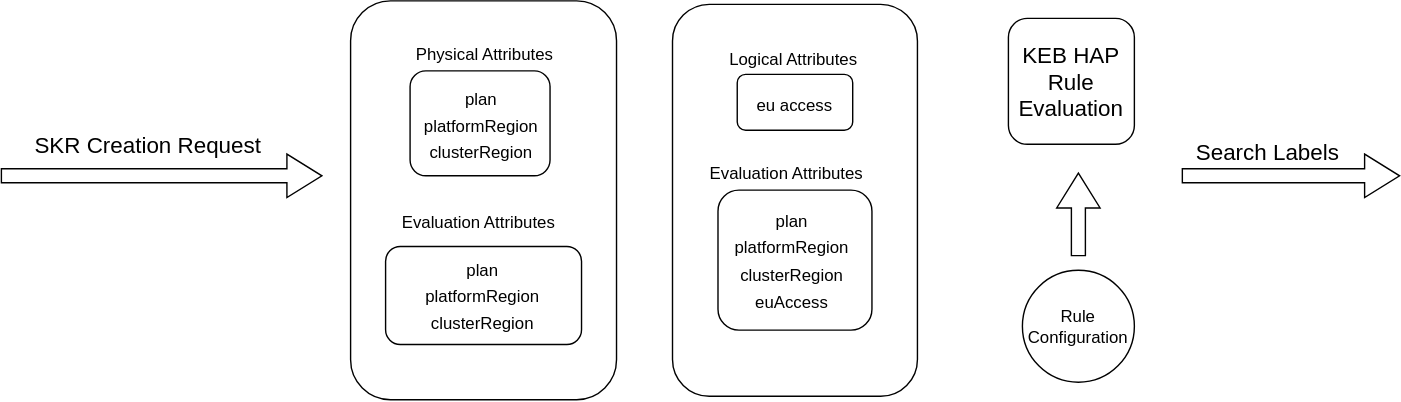
This is docs/assets/hap-rules-general.drawio.svg from kyma-project/kyma-environment-broker, a draw.io export, as it was before one commit. Source tidied: cells renumbered, new cells last; positions are measured from the earlier drawing's top-left corner, leaving out a move shared by most shapes.
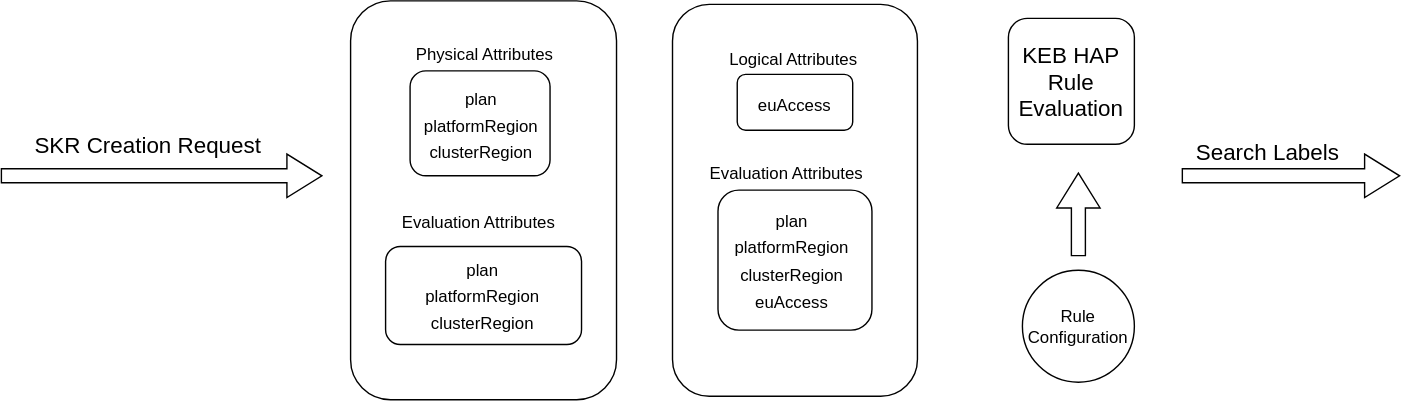
After the commit.

Diff of the diagram source:
```diff
@@ -49,7 +49,7 @@
         <mxPoint x="770" y="122.5" as="targetPoint" />
       </mxGeometry>
     </mxCell>
-    <mxCell id="15" value="&lt;div&gt;&lt;span style=&quot;font-size: 12px; background-color: transparent; color: light-dark(rgb(0, 0, 0), rgb(255, 255, 255));&quot;&gt;eu access&lt;/span&gt;&lt;br&gt;&lt;/div&gt;" style="text;html=1;align=center;verticalAlign=middle;strokeColor=none;fillColor=none;fontSize=16;" parent="1" vertex="1">
+    <mxCell id="15" value="&lt;div&gt;&lt;span style=&quot;font-size: 12px; background-color: transparent; color: light-dark(rgb(0, 0, 0), rgb(255, 255, 255));&quot;&gt;euAccess&lt;/span&gt;&lt;br&gt;&lt;/div&gt;" style="text;html=1;align=center;verticalAlign=middle;strokeColor=none;fillColor=none;fontSize=16;" parent="1" vertex="1">
       <mxGeometry x="526.9" y="57.5" width="80" height="30" as="geometry" />
     </mxCell>
     <mxCell id="16" value="&lt;div&gt;&lt;font style=&quot;font-size: 12px;&quot;&gt;plan&lt;/font&gt;&lt;/div&gt;&lt;div&gt;&lt;font style=&quot;font-size: 12px;&quot;&gt;platformRegion&lt;/font&gt;&lt;/div&gt;&lt;div&gt;&lt;font style=&quot;font-size: 12px;&quot;&gt;clusterRegion&lt;/font&gt;&lt;/div&gt;" style="text;html=1;align=center;verticalAlign=middle;strokeColor=none;fillColor=none;fontSize=16;" parent="1" vertex="1">
```
